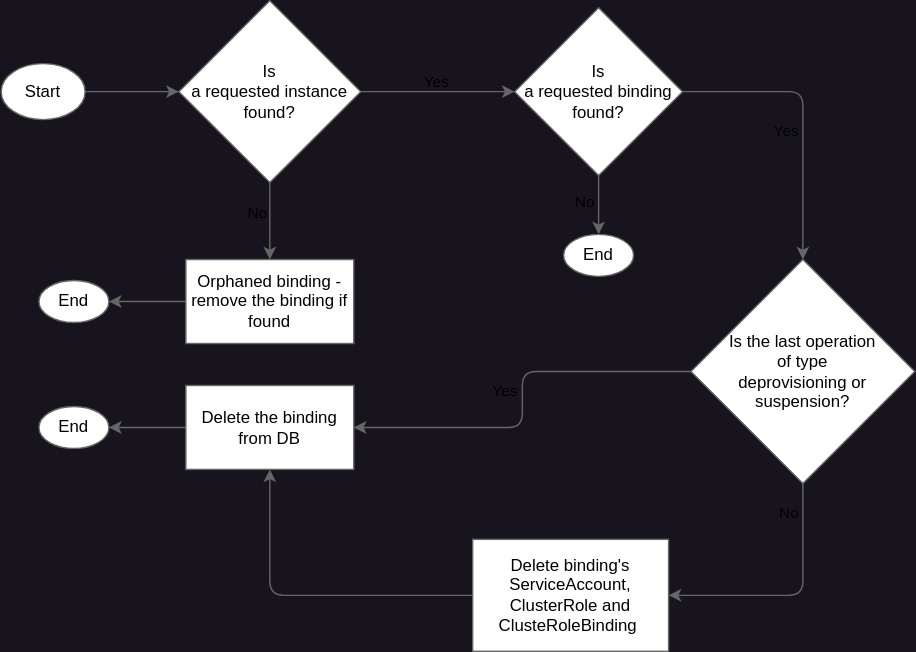
Before: docs/assets/bindings-delete-flow.drawio.svg, a diagram exported from draw.io (kyma-project/kyma-environment-broker). Source tidied: cells renumbered, new cells last; positions are measured from the earlier drawing's top-left corner, leaving out a move shared by most shapes.
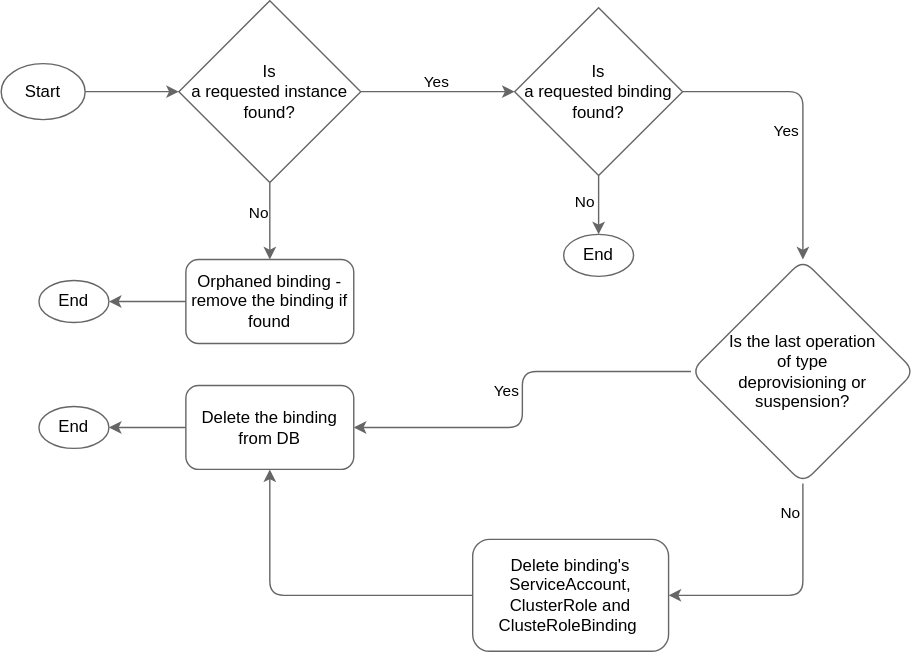
Later version of the same file.

What changed in the source:
```diff
@@ -1,4 +1,4 @@
-<mxGraphModel>
+<mxGraphModel background="#ffffff">
   <root>
     <mxCell id="0" />
     <mxCell id="1" parent="0" />
@@ -28,7 +28,7 @@
     <mxCell id="9" style="edgeStyle=orthogonalEdgeStyle;rounded=1;jettySize=auto;html=1;curved=0;strokeColor=#666666;" parent="1" edge="1" source="10" target="8">
       <mxGeometry relative="1" as="geometry" />
     </mxCell>
-    <mxCell id="10" value="Orphaned binding -remove the binding if found" style="whiteSpace=wrap;html=1;fillColor=#ffffff;fontColor=#000000;strokeColor=#666666;" parent="1" vertex="1">
+    <mxCell id="10" value="Orphaned binding -remove the binding if found" style="whiteSpace=wrap;html=1;fillColor=#ffffff;fontColor=#000000;strokeColor=#666666;rounded=1;" parent="1" vertex="1">
       <mxGeometry x="132" y="185" width="120" height="60" as="geometry" />
     </mxCell>
     <mxCell id="11" value="No" style="edgeStyle=orthogonalEdgeStyle;rounded=1;jettySize=auto;html=1;curved=0;strokeColor=#666666;fontColor=#000000;labelBackgroundColor=none;" parent="1" edge="1" source="13" target="14">
@@ -58,19 +58,19 @@
         <mxPoint x="-11" y="1" as="offset" />
       </mxGeometry>
     </mxCell>
-    <mxCell id="18" value="Is the last operation &lt;br&gt;of type&lt;br&gt;deprovisioning or suspension?" style="rhombus;whiteSpace=wrap;html=1;fillColor=#ffffff;fontColor=#000000;strokeColor=#666666;" parent="1" vertex="1">
+    <mxCell id="18" value="Is the last operation &lt;br&gt;of type&lt;br&gt;deprovisioning or suspension?" style="rhombus;whiteSpace=wrap;html=1;fillColor=#ffffff;fontColor=#000000;strokeColor=#666666;rounded=1;" parent="1" vertex="1">
       <mxGeometry x="493" y="185" width="160" height="160" as="geometry" />
     </mxCell>
     <mxCell id="19" style="edgeStyle=orthogonalEdgeStyle;rounded=1;jettySize=auto;html=1;curved=0;strokeColor=#666666;" parent="1" edge="1" source="20" target="23">
       <mxGeometry relative="1" as="geometry" />
     </mxCell>
-    <mxCell id="20" value="Delete the binding from DB" style="whiteSpace=wrap;html=1;fillColor=#ffffff;fontColor=#000000;strokeColor=#666666;" parent="1" vertex="1">
+    <mxCell id="20" value="Delete the binding from DB" style="whiteSpace=wrap;html=1;fillColor=#ffffff;fontColor=#000000;strokeColor=#666666;rounded=1;" parent="1" vertex="1">
       <mxGeometry x="132" y="275" width="120" height="60" as="geometry" />
     </mxCell>
     <mxCell id="21" style="edgeStyle=orthogonalEdgeStyle;rounded=1;jettySize=auto;html=1;curved=0;strokeColor=#666666;" parent="1" edge="1" source="22" target="20">
       <mxGeometry relative="1" as="geometry" />
     </mxCell>
-    <mxCell id="22" value="Delete binding's ServiceAccount, ClusterRole and ClusteRoleBinding&amp;nbsp;" style="whiteSpace=wrap;html=1;fillColor=#ffffff;fontColor=#000000;strokeColor=#666666;" parent="1" vertex="1">
+    <mxCell id="22" value="Delete binding's ServiceAccount, ClusterRole and ClusteRoleBinding&amp;nbsp;" style="whiteSpace=wrap;html=1;fillColor=#ffffff;fontColor=#000000;strokeColor=#666666;rounded=1;" parent="1" vertex="1">
       <mxGeometry x="337" y="385" width="140" height="80" as="geometry" />
     </mxCell>
     <mxCell id="23" value="End" style="ellipse;whiteSpace=wrap;html=1;fillColor=#ffffff;fontColor=#000000;strokeColor=#666666;" parent="1" vertex="1">
```
